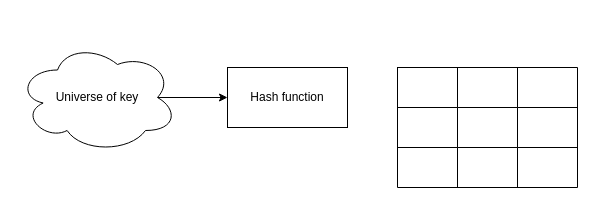
This is hashing/documention/hashFunction.dio from ratanlalmourya/geeksforgeeks, a draw.io file, before an edit. Source tidied: cells renumbered, new cells numbered last; positions are measured from the earlier drawing's top-left corner, leaving out a move shared by most shapes. Both pictures are drawn from the tidied source at 100%, with x=0, y=0 at pixel (17, 42).
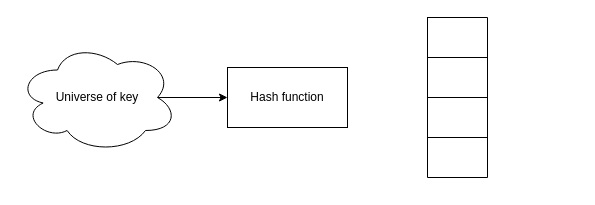
After the change.

The edit, as a diff of the source:
```diff
@@
 <mxGraphModel>
   <root>
     <mxCell id="0" />
     <mxCell id="1" parent="0" />
     <mxCell id="2" style="edgeStyle=none;html=1;exitX=0.875;exitY=0.5;exitDx=0;exitDy=0;exitPerimeter=0;" parent="1" edge="1" source="3" target="4">
       <mxGeometry relative="1" as="geometry" />
     </mxCell>
     <mxCell id="3" value="Universe of key" style="ellipse;shape=cloud;whiteSpace=wrap;html=1;" parent="1" vertex="1">
       <mxGeometry width="160" height="110" as="geometry" />
     </mxCell>
     <mxCell id="4" value="Hash function" style="rounded=0;whiteSpace=wrap;html=1;" parent="1" vertex="1">
       <mxGeometry x="210" y="25" width="120" height="60" as="geometry" />
     </mxCell>
     <mxCell id="5" style="shape=table;html=1;whiteSpace=wrap;startSize=0;childLayout=tableLayout;swimlaneLine=1;" parent="1" vertex="1">
-      <mxGeometry x="380" y="25" width="180" height="120" as="geometry" />
+      <mxGeometry x="410" y="-25" width="60" height="160" as="geometry" />
     </mxCell>
     <mxCell id="6" style="shape=tableRow;horizontal=0;startSize=0;swimlaneHead=0;swimlaneBody=0;top=0;left=0;bottom=0;right=0;fillColor=none;" parent="5" vertex="1">
-      <mxGeometry width="180" height="40" as="geometry" />
+      <mxGeometry width="60" height="40" as="geometry" />
     </mxCell>
     <mxCell id="7" style="shape=partialRectangle;html=1;whiteSpace=wrap;fillColor=none;top=0;left=0;bottom=0;right=0;overflow=hidden;" parent="6" vertex="1">
       <mxGeometry width="60" height="40" as="geometry" />
     </mxCell>
-    <mxCell id="8" style="shape=partialRectangle;html=1;whiteSpace=wrap;fillColor=none;top=0;left=0;bottom=0;right=0;overflow=hidden;" parent="6" vertex="1">
-      <mxGeometry x="60" width="60" height="40" as="geometry" />
-    </mxCell>
-    <mxCell id="9" style="shape=partialRectangle;html=1;whiteSpace=wrap;fillColor=none;top=0;left=0;bottom=0;right=0;overflow=hidden;" parent="6" vertex="1">
-      <mxGeometry x="120" width="60" height="40" as="geometry" />
-    </mxCell>
     <mxCell id="10" style="shape=tableRow;horizontal=0;startSize=0;swimlaneHead=0;swimlaneBody=0;top=0;left=0;bottom=0;right=0;fillColor=none;" parent="5" vertex="1">
-      <mxGeometry y="40" width="180" height="40" as="geometry" />
+      <mxGeometry y="40" width="60" height="40" as="geometry" />
     </mxCell>
     <mxCell id="11" style="shape=partialRectangle;html=1;whiteSpace=wrap;fillColor=none;top=0;left=0;bottom=0;right=0;overflow=hidden;" parent="10" vertex="1">
       <mxGeometry width="60" height="40" as="geometry" />
     </mxCell>
-    <mxCell id="12" style="shape=partialRectangle;html=1;whiteSpace=wrap;fillColor=none;top=0;left=0;bottom=0;right=0;overflow=hidden;" parent="10" vertex="1">
-      <mxGeometry x="60" width="60" height="40" as="geometry" />
-    </mxCell>
-    <mxCell id="13" style="shape=partialRectangle;html=1;whiteSpace=wrap;fillColor=none;top=0;left=0;bottom=0;right=0;overflow=hidden;" parent="10" vertex="1">
-      <mxGeometry x="120" width="60" height="40" as="geometry" />
-    </mxCell>
     <mxCell id="14" style="shape=tableRow;horizontal=0;startSize=0;swimlaneHead=0;swimlaneBody=0;top=0;left=0;bottom=0;right=0;fillColor=none;" parent="5" vertex="1">
-      <mxGeometry y="80" width="180" height="40" as="geometry" />
+      <mxGeometry y="80" width="60" height="40" as="geometry" />
     </mxCell>
     <mxCell id="15" style="shape=partialRectangle;html=1;whiteSpace=wrap;fillColor=none;top=0;left=0;bottom=0;right=0;overflow=hidden;" parent="14" vertex="1">
       <mxGeometry width="60" height="40" as="geometry" />
     </mxCell>
-    <mxCell id="16" style="shape=partialRectangle;html=1;whiteSpace=wrap;fillColor=none;top=0;left=0;bottom=0;right=0;overflow=hidden;" parent="14" vertex="1">
-      <mxGeometry x="60" width="60" height="40" as="geometry" />
-    </mxCell>
-    <mxCell id="17" style="shape=partialRectangle;html=1;whiteSpace=wrap;fillColor=none;top=0;left=0;bottom=0;right=0;overflow=hidden;" parent="14" vertex="1">
-      <mxGeometry x="120" width="60" height="40" as="geometry" />
-    </mxCell>
+    <mxCell id="18" style="shape=tableRow;horizontal=0;startSize=0;swimlaneHead=0;swimlaneBody=0;top=0;left=0;bottom=0;right=0;fillColor=none;" parent="5" vertex="1">
+      <mxGeometry y="120" width="60" height="40" as="geometry" />
+    </mxCell>
+    <mxCell id="19" style="shape=partialRectangle;html=1;whiteSpace=wrap;fillColor=none;top=0;left=0;bottom=0;right=0;overflow=hidden;" parent="18" vertex="1">
+      <mxGeometry width="60" height="40" as="geometry" />
+    </mxCell>
   </root>
 </mxGraphModel>
```
